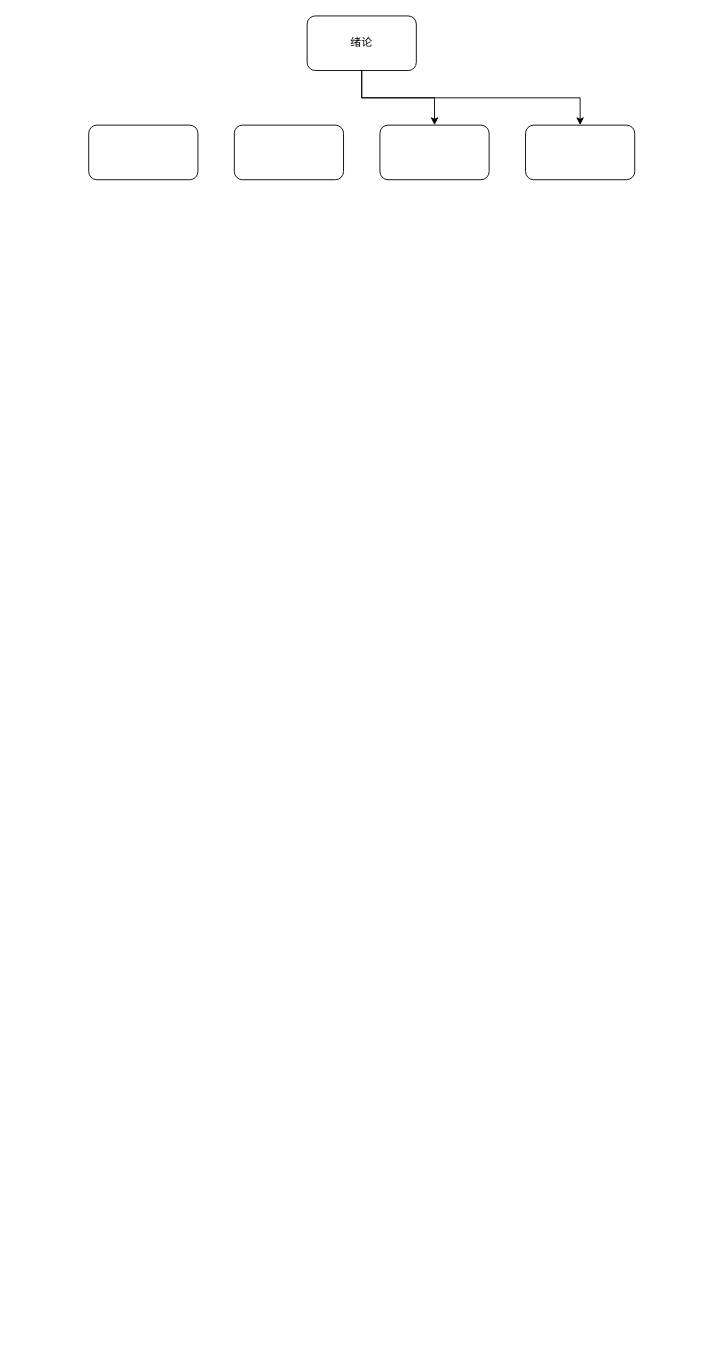
This is assets/未命名绘图.drawio from jovanliuc/master-thesis, a draw.io file, before an edit. Source tidied: cells renumbered, new cells numbered last; positions are measured from the earlier drawing's top-left corner, leaving out a move shared by most shapes. Both pictures are drawn from the tidied source at 91%, with x=0, y=0 at pixel (88, 15).
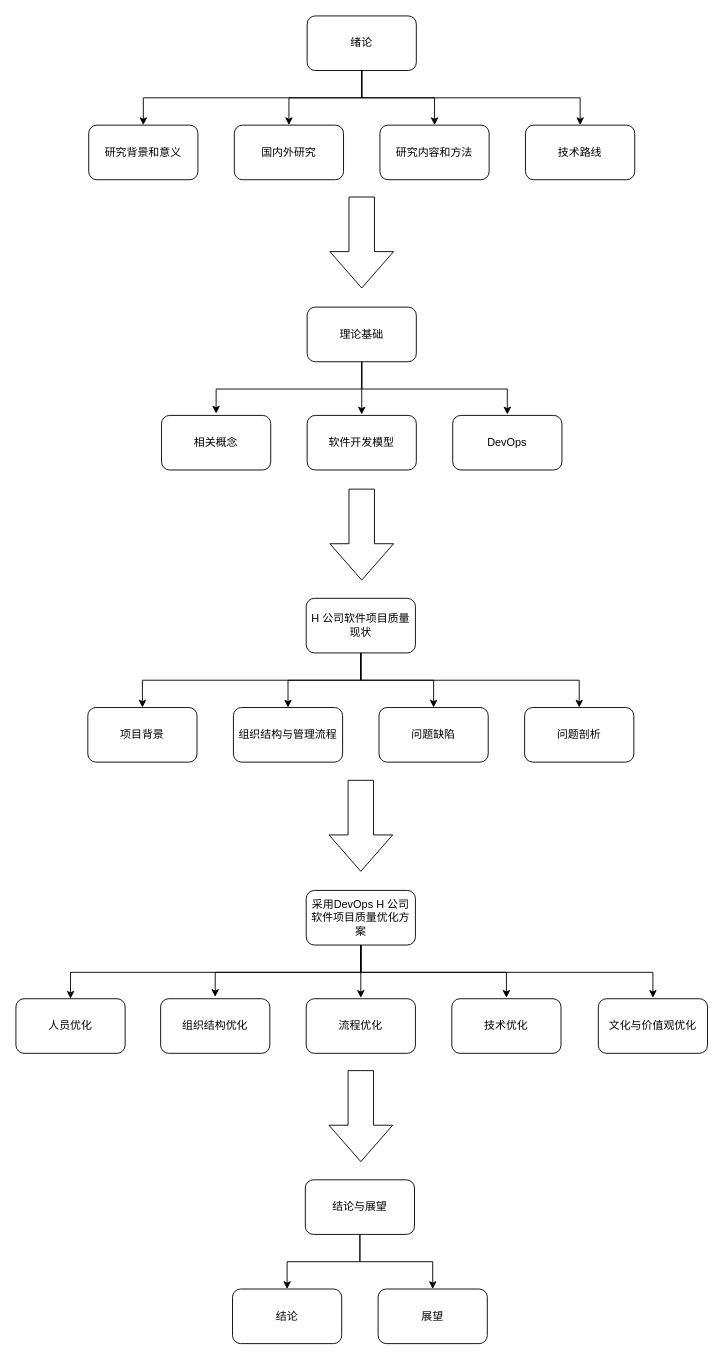
The same page after the edit.

Commit message:
技术路线图.drawio

The change refers to these unchanged cells:
```xml
<mxCell id="3" value="绪论" style="rounded=1;whiteSpace=wrap;html=1;" parent="1" vertex="1">
  <mxGeometry x="240" width="120" height="60" as="geometry" />
</mxCell>
```

What changed in the source:
```diff
@@
-    <mxCell id="4" style="rounded=1;whiteSpace=wrap;html=1;" parent="1" vertex="1">
+    <mxCell id="4" value="研究背景和意义" style="rounded=1;whiteSpace=wrap;html=1;" parent="1" vertex="1">
       <mxGeometry y="120" width="120" height="60" as="geometry" />
     </mxCell>
-    <mxCell id="5" style="rounded=1;whiteSpace=wrap;html=1;" parent="1" vertex="1">
+    <mxCell id="5" value="技术路线" style="rounded=1;whiteSpace=wrap;html=1;" parent="1" vertex="1">
       <mxGeometry x="480" y="120" width="120" height="60" as="geometry" />
     </mxCell>
-    <mxCell id="6" style="rounded=1;whiteSpace=wrap;html=1;" parent="1" vertex="1">
+    <mxCell id="6" value="国内外研究" style="rounded=1;whiteSpace=wrap;html=1;" parent="1" vertex="1">
       <mxGeometry x="160" y="120" width="120" height="60" as="geometry" />
     </mxCell>
-    <mxCell id="7" style="rounded=1;whiteSpace=wrap;html=1;" parent="1" vertex="1">
+    <mxCell id="7" value="研究内容和方法" style="rounded=1;whiteSpace=wrap;html=1;" parent="1" vertex="1">
       <mxGeometry x="320" y="120" width="120" height="60" as="geometry" />
     </mxCell>
@@
+    <mxCell id="9" style="edgeStyle=orthogonalEdgeStyle;rounded=0;jettySize=auto;html=1;entryX=0.5;entryY=0;entryDx=0;entryDy=0;exitX=0.5;exitY=1;exitDx=0;exitDy=0;" parent="1" edge="1" source="3" target="6">
+      <mxGeometry relative="1" as="geometry">
+        <Array as="points">
+          <mxPoint x="300" y="90" />
+          <mxPoint x="220" y="90" />
+        </Array>
+      </mxGeometry>
+    </mxCell>
+    <mxCell id="10" style="edgeStyle=orthogonalEdgeStyle;rounded=0;jettySize=auto;html=1;exitX=0.5;exitY=1;exitDx=0;exitDy=0;entryX=0.5;entryY=0;entryDx=0;entryDy=0;" parent="1" edge="1" source="3" target="4">
+      <mxGeometry relative="1" as="geometry">
+        <Array as="points">
+          <mxPoint x="300" y="90" />
+          <mxPoint x="60" y="90" />
+        </Array>
+      </mxGeometry>
+    </mxCell>
+    <mxCell id="11" style="edgeStyle=orthogonalEdgeStyle;rounded=0;orthogonalLoop=1;jettySize=auto;html=1;" parent="1" edge="1">
+      <mxGeometry relative="1" as="geometry">
+        <mxPoint x="300" y="381" as="sourcePoint" />
+        <mxPoint x="300" y="438" as="targetPoint" />
+      </mxGeometry>
+    </mxCell>
+    <mxCell id="12" value="DevOps" style="rounded=1;whiteSpace=wrap;html=1;" parent="1" vertex="1">
+      <mxGeometry x="400" y="439" width="120" height="60" as="geometry" />
+    </mxCell>
+    <mxCell id="13" value="相关概念" style="rounded=1;whiteSpace=wrap;html=1;" parent="1" vertex="1">
+      <mxGeometry x="80" y="439" width="120" height="60" as="geometry" />
+    </mxCell>
+    <mxCell id="14" value="软件开发模型" style="rounded=1;whiteSpace=wrap;html=1;" parent="1" vertex="1">
+      <mxGeometry x="240" y="439" width="120" height="60" as="geometry" />
+    </mxCell>
+    <mxCell id="15" value="理论基础" style="rounded=1;whiteSpace=wrap;html=1;" parent="1" vertex="1">
+      <mxGeometry x="240" y="320" width="120" height="60" as="geometry" />
+    </mxCell>
+    <mxCell id="16" style="html=1;shadow=0;dashed=0;align=center;verticalAlign=middle;shape=mxgraph.arrows2.arrow;dy=0.6;dx=40;direction=south;notch=0;" parent="1" vertex="1">
+      <mxGeometry x="265" y="199" width="70" height="100" as="geometry" />
+    </mxCell>
+    <mxCell id="17" style="edgeStyle=orthogonalEdgeStyle;rounded=0;orthogonalLoop=1;jettySize=auto;html=1;exitX=0.5;exitY=1;exitDx=0;exitDy=0;" parent="1" edge="1">
+      <mxGeometry relative="1" as="geometry">
+        <mxPoint x="300" y="380" as="sourcePoint" />
+        <mxPoint x="460" y="438" as="targetPoint" />
+        <Array as="points">
+          <mxPoint x="300" y="410" />
+          <mxPoint x="460" y="410" />
+          <mxPoint x="460" y="438" />
+        </Array>
+      </mxGeometry>
+    </mxCell>
+    <mxCell id="18" style="edgeStyle=orthogonalEdgeStyle;rounded=0;orthogonalLoop=1;jettySize=auto;html=1;exitX=0.5;exitY=1;exitDx=0;exitDy=0;" parent="1" edge="1">
+      <mxGeometry relative="1" as="geometry">
+        <mxPoint x="300" y="380" as="sourcePoint" />
+        <mxPoint x="140" y="437" as="targetPoint" />
+        <Array as="points">
+          <mxPoint x="300" y="410" />
+          <mxPoint x="140" y="410" />
+          <mxPoint x="140" y="427" />
+        </Array>
+      </mxGeometry>
+    </mxCell>
+    <mxCell id="19" style="html=1;shadow=0;dashed=0;align=center;verticalAlign=middle;shape=mxgraph.arrows2.arrow;dy=0.6;dx=40;direction=south;notch=0;" parent="1" vertex="1">
+      <mxGeometry x="265" y="520" width="70" height="100" as="geometry" />
+    </mxCell>
+    <mxCell id="20" style="edgeStyle=orthogonalEdgeStyle;rounded=0;jettySize=auto;html=1;entryX=0.5;entryY=0;entryDx=0;entryDy=0;entryPerimeter=0;" parent="1" edge="1" source="21" target="25">
+      <mxGeometry relative="1" as="geometry" />
+    </mxCell>
+    <mxCell id="21" value="H 公司软件项目质量现状" style="rounded=1;whiteSpace=wrap;html=1;" parent="1" vertex="1">
+      <mxGeometry x="239" y="640" width="120" height="60" as="geometry" />
+    </mxCell>
+    <mxCell id="22" value="项目背景" style="rounded=1;whiteSpace=wrap;html=1;" parent="1" vertex="1">
+      <mxGeometry x="-1" y="760" width="120" height="60" as="geometry" />
+    </mxCell>
+    <mxCell id="23" value="问题剖析" style="rounded=1;whiteSpace=wrap;html=1;" parent="1" vertex="1">
+      <mxGeometry x="479" y="760" width="120" height="60" as="geometry" />
+    </mxCell>
+    <mxCell id="24" value="组织结构与管理流程" style="rounded=1;whiteSpace=wrap;html=1;" parent="1" vertex="1">
+      <mxGeometry x="159" y="760" width="120" height="60" as="geometry" />
+    </mxCell>
+    <mxCell id="25" value="问题缺陷" style="rounded=1;whiteSpace=wrap;html=1;" parent="1" vertex="1">
+      <mxGeometry x="319" y="760" width="120" height="60" as="geometry" />
+    </mxCell>
+    <mxCell id="26" style="edgeStyle=orthogonalEdgeStyle;rounded=0;jettySize=auto;html=1;exitX=0.5;exitY=1;exitDx=0;exitDy=0;entryX=0.5;entryY=0;entryDx=0;entryDy=0;" parent="1" edge="1" source="21" target="23">
+      <mxGeometry relative="1" as="geometry">
+        <Array as="points">
+          <mxPoint x="299" y="730" />
+          <mxPoint x="539" y="730" />
+        </Array>
+      </mxGeometry>
+    </mxCell>
+    <mxCell id="27" style="edgeStyle=orthogonalEdgeStyle;rounded=0;jettySize=auto;html=1;entryX=0.5;entryY=0;entryDx=0;entryDy=0;exitX=0.5;exitY=1;exitDx=0;exitDy=0;" parent="1" edge="1" source="21" target="24">
+      <mxGeometry relative="1" as="geometry">
+        <Array as="points">
+          <mxPoint x="299" y="730" />
+          <mxPoint x="219" y="730" />
+        </Array>
+      </mxGeometry>
+    </mxCell>
+    <mxCell id="28" style="edgeStyle=orthogonalEdgeStyle;rounded=0;jettySize=auto;html=1;exitX=0.5;exitY=1;exitDx=0;exitDy=0;entryX=0.5;entryY=0;entryDx=0;entryDy=0;" parent="1" edge="1" source="21" target="22">
+      <mxGeometry relative="1" as="geometry">
+        <Array as="points">
+          <mxPoint x="299" y="730" />
+          <mxPoint x="59" y="730" />
+        </Array>
+      </mxGeometry>
+    </mxCell>
+    <mxCell id="29" style="edgeStyle=orthogonalEdgeStyle;rounded=0;orthogonalLoop=1;jettySize=auto;html=1;" parent="1" edge="1">
+      <mxGeometry relative="1" as="geometry">
+        <mxPoint x="299" y="1022" as="sourcePoint" />
+        <mxPoint x="299" y="1079" as="targetPoint" />
+      </mxGeometry>
+    </mxCell>
+    <mxCell id="30" value="技术优化" style="rounded=1;whiteSpace=wrap;html=1;" parent="1" vertex="1">
+      <mxGeometry x="399" y="1080" width="120" height="60" as="geometry" />
+    </mxCell>
+    <mxCell id="31" value="组织结构优化" style="rounded=1;whiteSpace=wrap;html=1;" parent="1" vertex="1">
+      <mxGeometry x="79" y="1080" width="120" height="60" as="geometry" />
+    </mxCell>
+    <mxCell id="32" value="流程优化" style="rounded=1;whiteSpace=wrap;html=1;" parent="1" vertex="1">
+      <mxGeometry x="239" y="1080" width="120" height="60" as="geometry" />
+    </mxCell>
+    <mxCell id="33" value="采用DevOps H 公司软件项目质量优化方案" style="rounded=1;whiteSpace=wrap;html=1;" parent="1" vertex="1">
+      <mxGeometry x="239" y="961" width="120" height="60" as="geometry" />
+    </mxCell>
+    <mxCell id="34" style="html=1;shadow=0;dashed=0;align=center;verticalAlign=middle;shape=mxgraph.arrows2.arrow;dy=0.6;dx=40;direction=south;notch=0;" parent="1" vertex="1">
+      <mxGeometry x="264" y="840" width="70" height="100" as="geometry" />
+    </mxCell>
+    <mxCell id="35" style="edgeStyle=orthogonalEdgeStyle;rounded=0;orthogonalLoop=1;jettySize=auto;html=1;exitX=0.5;exitY=1;exitDx=0;exitDy=0;" parent="1" edge="1">
+      <mxGeometry relative="1" as="geometry">
+        <mxPoint x="299" y="1021" as="sourcePoint" />
+        <mxPoint x="459" y="1079" as="targetPoint" />
+        <Array as="points">
+          <mxPoint x="299" y="1051" />
+          <mxPoint x="459" y="1051" />
+          <mxPoint x="459" y="1079" />
+        </Array>
+      </mxGeometry>
+    </mxCell>
+    <mxCell id="36" style="edgeStyle=orthogonalEdgeStyle;rounded=0;orthogonalLoop=1;jettySize=auto;html=1;exitX=0.5;exitY=1;exitDx=0;exitDy=0;" parent="1" edge="1">
+      <mxGeometry relative="1" as="geometry">
+        <mxPoint x="299" y="1021" as="sourcePoint" />
+        <mxPoint x="139" y="1078" as="targetPoint" />
+        <Array as="points">
+          <mxPoint x="299" y="1051" />
+          <mxPoint x="139" y="1051" />
+          <mxPoint x="139" y="1068" />
+        </Array>
+      </mxGeometry>
+    </mxCell>
+    <mxCell id="37" value="人员优化" style="rounded=1;whiteSpace=wrap;html=1;" parent="1" vertex="1">
+      <mxGeometry x="-80" y="1080" width="120" height="60" as="geometry" />
+    </mxCell>
+    <mxCell id="38" value="文化与价值观优化" style="rounded=1;whiteSpace=wrap;html=1;" parent="1" vertex="1">
+      <mxGeometry x="560" y="1080" width="120" height="60" as="geometry" />
+    </mxCell>
+    <mxCell id="39" style="edgeStyle=orthogonalEdgeStyle;rounded=0;jettySize=auto;html=1;exitX=0.5;exitY=1;exitDx=0;exitDy=0;entryX=0.5;entryY=0;entryDx=0;entryDy=0;" parent="1" edge="1" target="37">
+      <mxGeometry relative="1" as="geometry">
+        <mxPoint x="299" y="1021" as="sourcePoint" />
+        <Array as="points">
+          <mxPoint x="299" y="1051" />
+          <mxPoint x="-20" y="1051" />
+        </Array>
+      </mxGeometry>
+    </mxCell>
+    <mxCell id="40" style="edgeStyle=orthogonalEdgeStyle;rounded=0;jettySize=auto;html=1;exitX=0.5;exitY=1;exitDx=0;exitDy=0;" parent="1" edge="1" source="33">
+      <mxGeometry relative="1" as="geometry">
+        <mxPoint x="620" y="1079" as="targetPoint" />
+        <Array as="points">
+          <mxPoint x="299" y="1051" />
+          <mxPoint x="620" y="1051" />
+        </Array>
+      </mxGeometry>
+    </mxCell>
+    <mxCell id="41" style="html=1;shadow=0;dashed=0;align=center;verticalAlign=middle;shape=mxgraph.arrows2.arrow;dy=0.6;dx=40;direction=south;notch=0;" parent="1" vertex="1">
+      <mxGeometry x="264" y="1159" width="70" height="100" as="geometry" />
+    </mxCell>
+    <mxCell id="42" style="edgeStyle=orthogonalEdgeStyle;rounded=0;jettySize=auto;html=1;entryX=0.5;entryY=0;entryDx=0;entryDy=0;entryPerimeter=0;" parent="1" edge="1" source="43" target="45">
+      <mxGeometry relative="1" as="geometry" />
+    </mxCell>
+    <mxCell id="43" value="结论与展望" style="rounded=1;whiteSpace=wrap;html=1;" parent="1" vertex="1">
+      <mxGeometry x="238" y="1279" width="120" height="60" as="geometry" />
+    </mxCell>
+    <mxCell id="44" value="结论" style="rounded=1;whiteSpace=wrap;html=1;" parent="1" vertex="1">
+      <mxGeometry x="158" y="1399" width="120" height="60" as="geometry" />
+    </mxCell>
+    <mxCell id="45" value="展望" style="rounded=1;whiteSpace=wrap;html=1;" parent="1" vertex="1">
+      <mxGeometry x="318" y="1399" width="120" height="60" as="geometry" />
+    </mxCell>
+    <mxCell id="46" style="edgeStyle=orthogonalEdgeStyle;rounded=0;jettySize=auto;html=1;entryX=0.5;entryY=0;entryDx=0;entryDy=0;exitX=0.5;exitY=1;exitDx=0;exitDy=0;" parent="1" edge="1" source="43" target="44">
+      <mxGeometry relative="1" as="geometry">
+        <Array as="points">
+          <mxPoint x="298" y="1369" />
+          <mxPoint x="218" y="1369" />
+        </Array>
+      </mxGeometry>
+    </mxCell>
```
